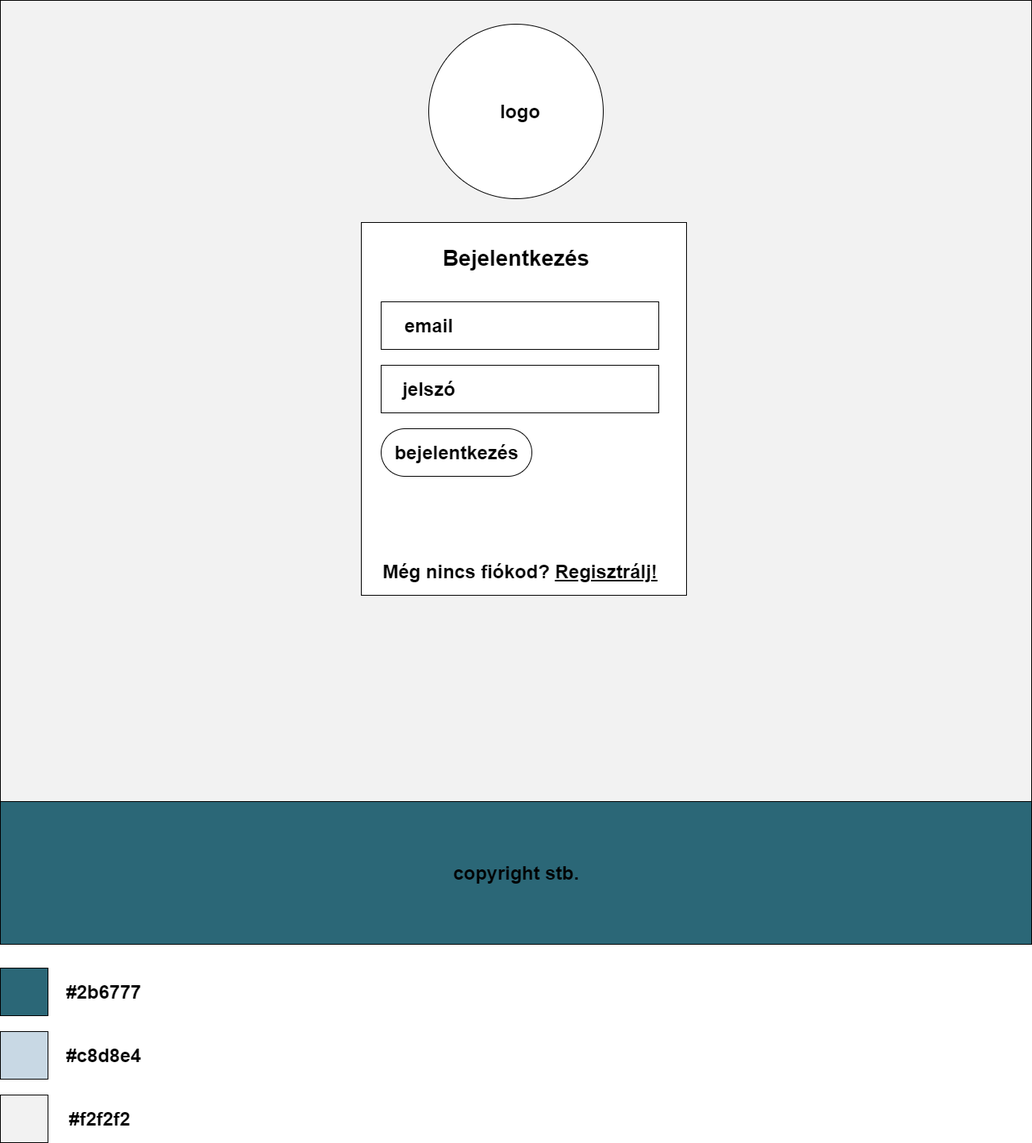
szepema/Webshop keeps this draw.io diagram as Dokumentáció/bejelentkezes.png. Above is the earlier version. Source tidied: cells renumbered, new cells last; positions are measured from the earlier drawing's top-left corner, leaving out a move shared by most shapes.
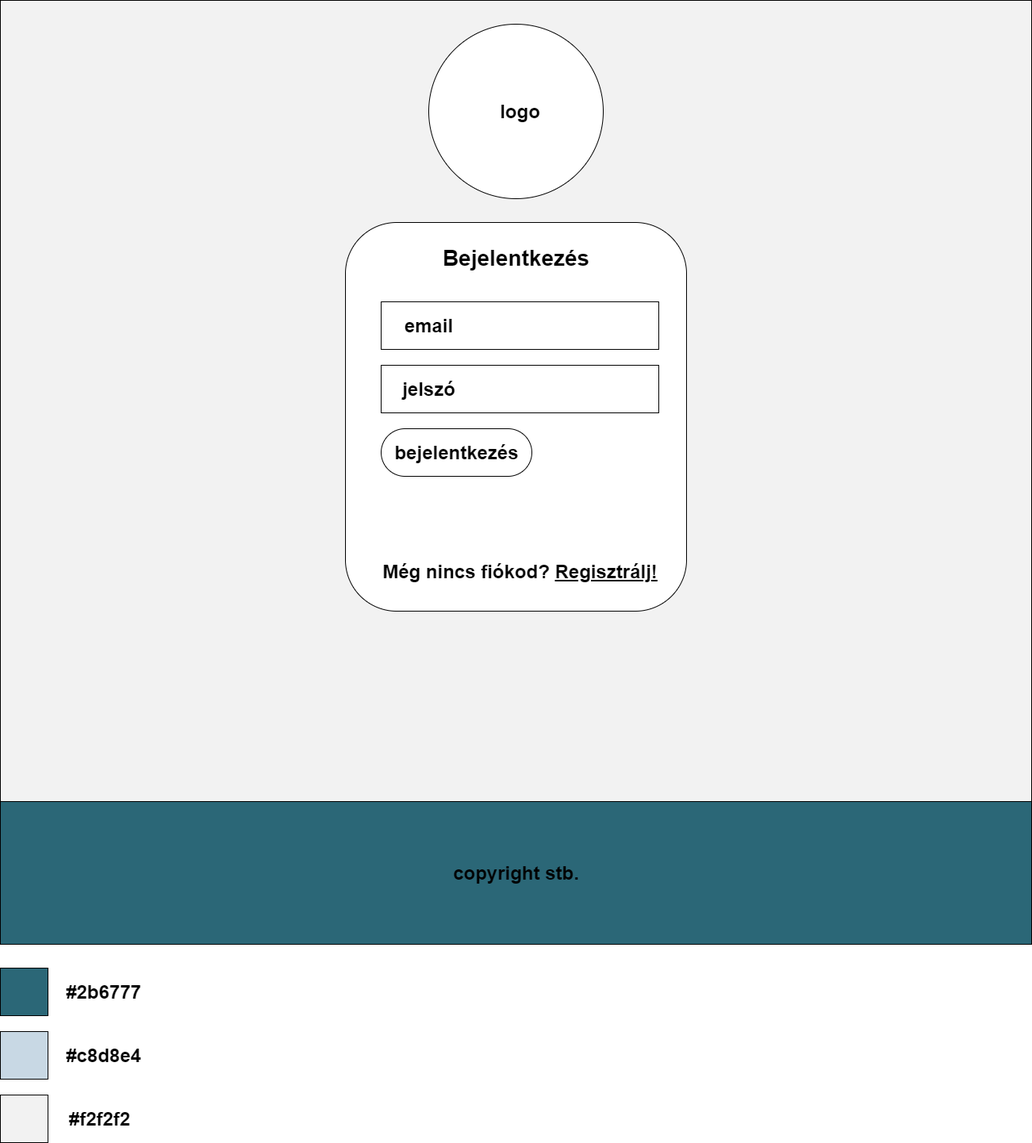
The same file after the commit.

Diff of the diagram source:
```diff
@@ -5,6 +5,9 @@
     <mxCell id="2" style="whiteSpace=wrap;html=1;fillColor=#f2f2f2;" parent="1" vertex="1">
       <mxGeometry width="1300" height="1190" as="geometry" />
     </mxCell>
+    <mxCell id="22" style="rounded=1;whiteSpace=wrap;html=1;fontSize=24;fillColor=#FFFFFF;" parent="1" vertex="1">
+      <mxGeometry x="435" y="280" width="430" height="490" as="geometry" />
+    </mxCell>
     <mxCell id="3" style="rounded=0;whiteSpace=wrap;html=1;fillColor=#2B6777;" parent="1" vertex="1">
       <mxGeometry y="1220" width="60" height="60" as="geometry" />
     </mxCell>
@@ -32,9 +35,6 @@
     <mxCell id="11" style="ellipse;whiteSpace=wrap;html=1;" parent="1" vertex="1">
       <mxGeometry x="540" y="30" width="220" height="220" as="geometry" />
     </mxCell>
-    <mxCell id="12" style="rounded=0;whiteSpace=wrap;html=1;fillColor=#FFFFFF;" parent="1" vertex="1">
-      <mxGeometry x="455" y="280" width="410" height="470" as="geometry" />
-    </mxCell>
     <mxCell id="13" value="Bejelentkezés" style="text;strokeColor=none;fillColor=none;html=1;fontSize=28;fontStyle=1;verticalAlign=middle;align=center;" parent="1" vertex="1">
       <mxGeometry x="515" y="300" width="270" height="50" as="geometry" />
     </mxCell>
```
